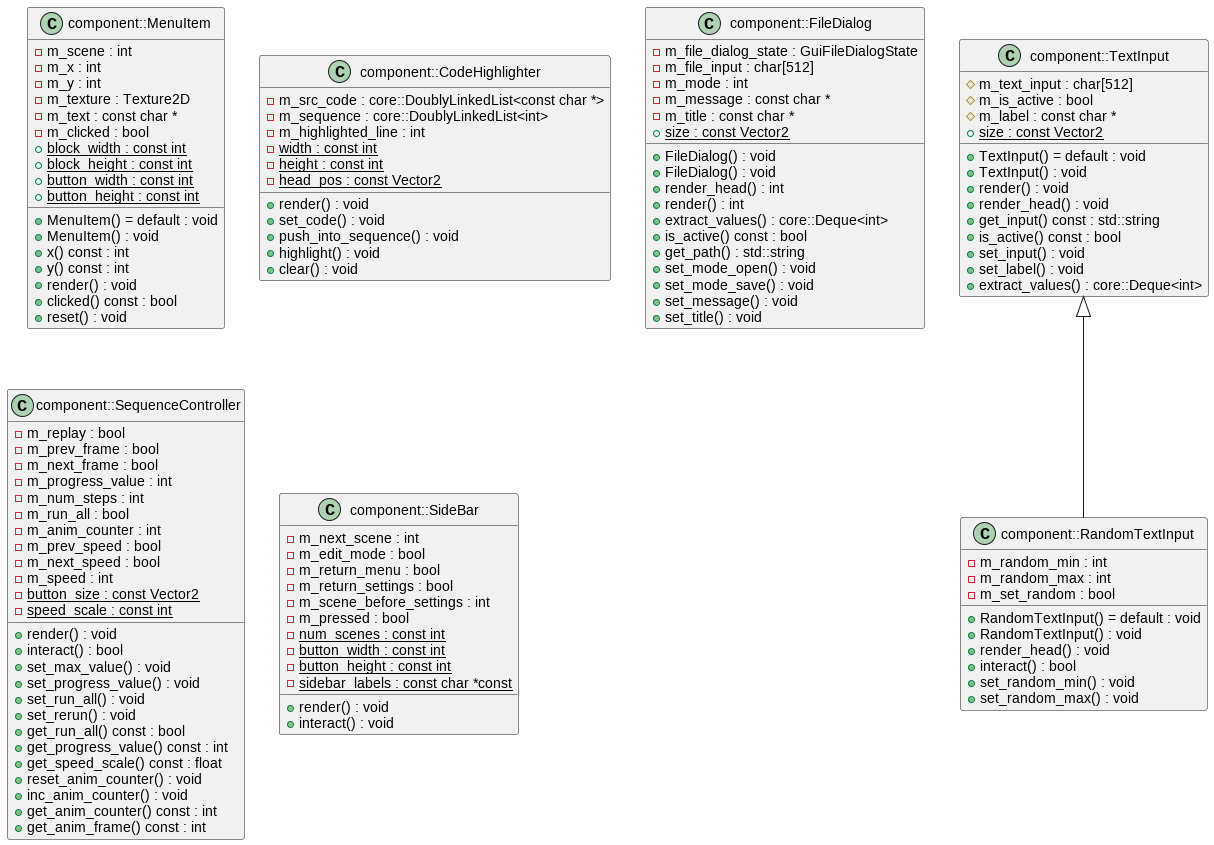
Earlier version of the PlantUML export docs/diagrams/component.png (jalsol/jalviz).
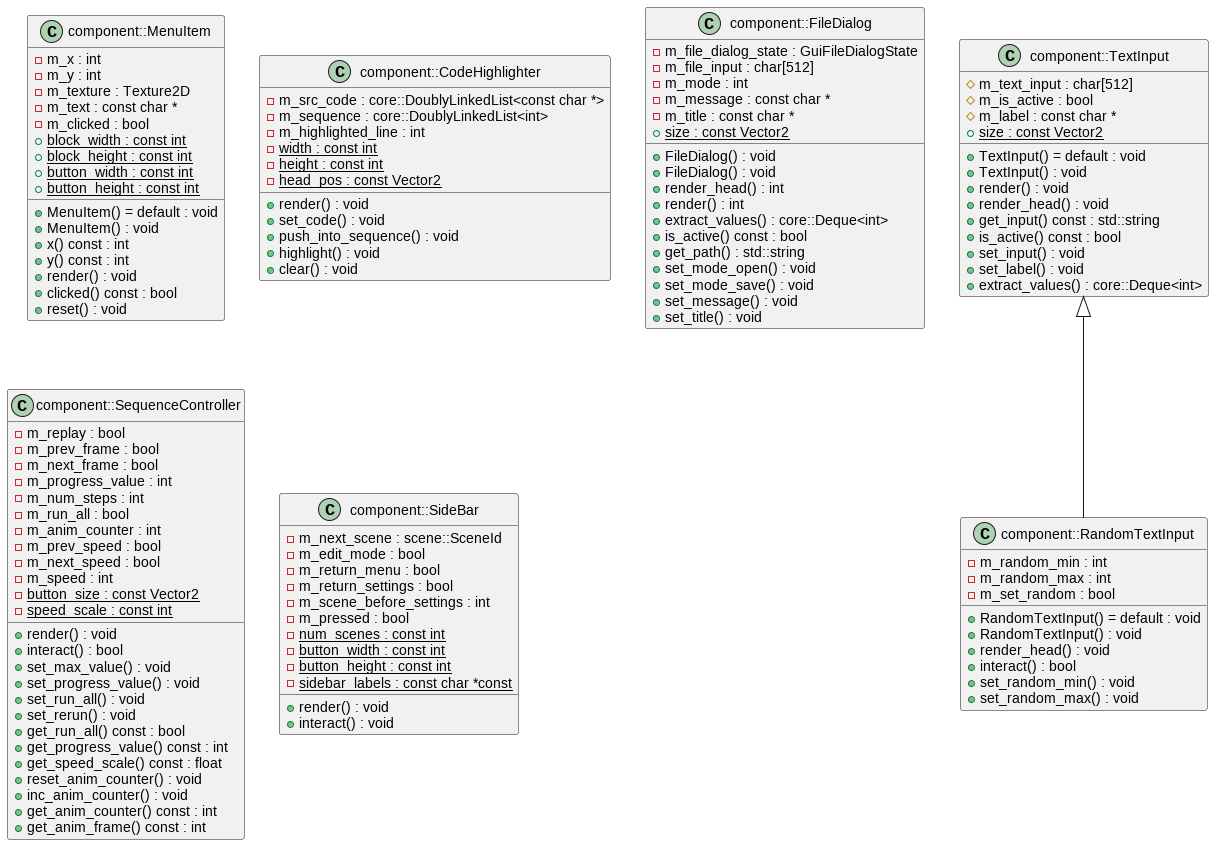
The same diagram one commit later.

What changed in the source:
```diff
@@ -8,7 +8,6 @@
 +render() : void
 +clicked() const : bool
 +reset() : void
--m_scene : int
 -m_x : int
 -m_y : int
 -m_texture : Texture2D
@@ -113,7 +112,7 @@
 class C_0000536568757236472708 {
 +render() : void
 +interact() : void
--m_next_scene : int
+-m_next_scene : scene::SceneId
 -m_edit_mode : bool
 -m_return_menu : bool
 -m_return_settings : bool
```
